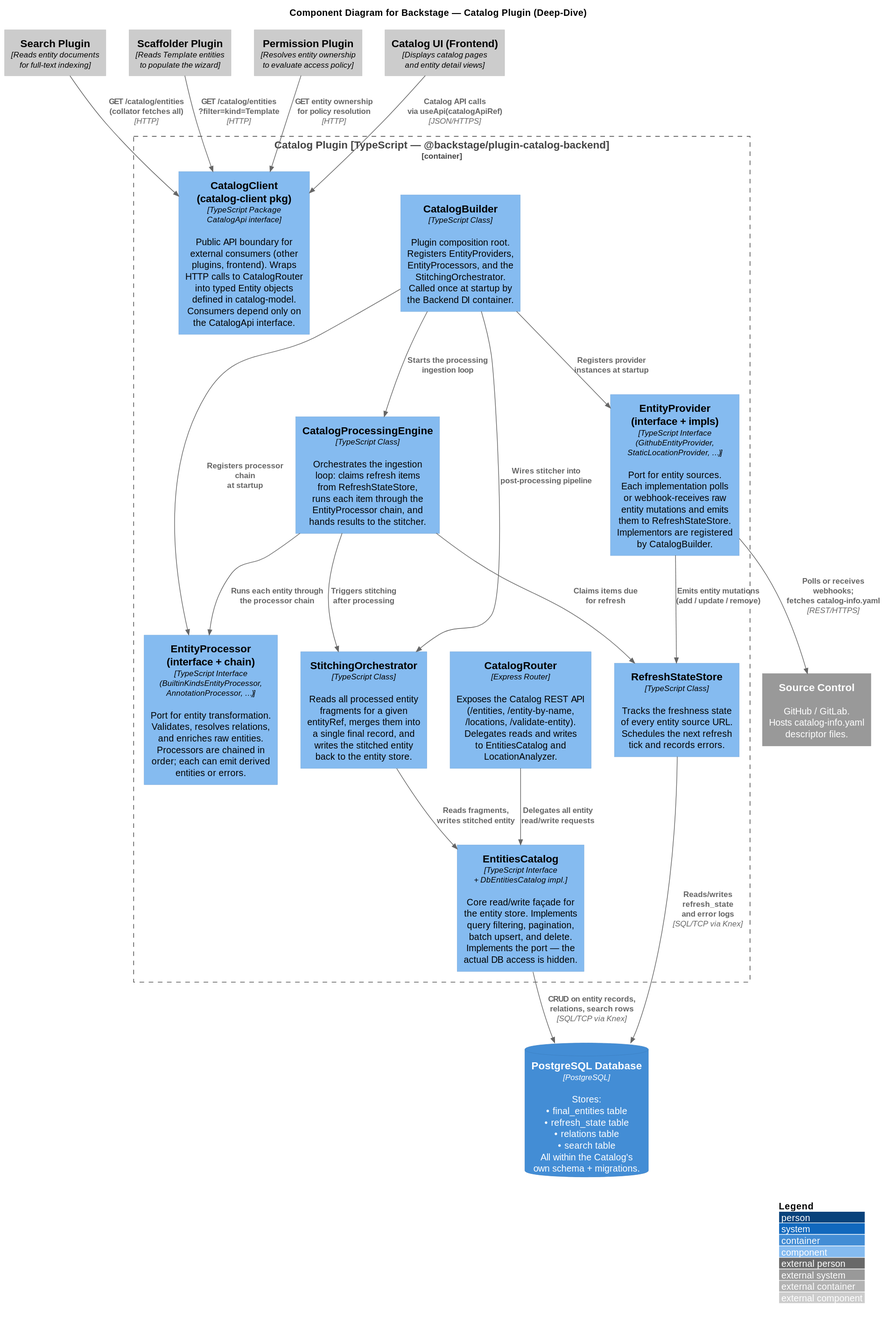
Earlier version of the PlantUML export out/notes/architecture/diagrams/component-diagram-catalog-plugin/component-diagram-catalog-plugin.svg (Group06-SwDA/Project).
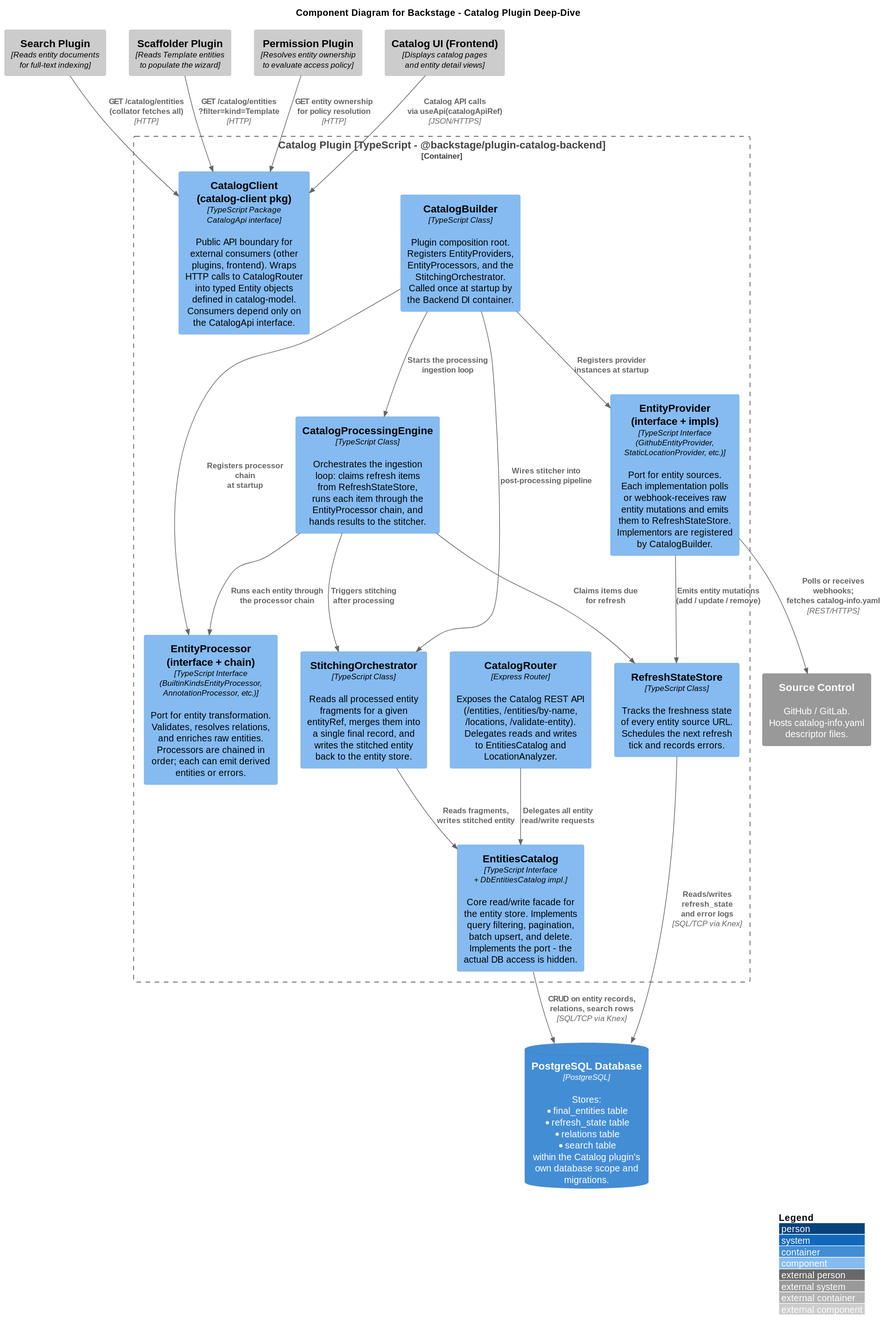
The same file after the commit.

Diff of the diagram source:
```diff
@@ -1,32 +1,32 @@
 @startuml
-!include https://raw.githubusercontent.com/plantuml-stdlib/C4-PlantUML/master/C4_Component.puml
+!include <c4/C4_Component.puml>
 
 LAYOUT_WITH_LEGEND()
 
-title Component Diagram for Backstage — Catalog Plugin (Deep-Dive)
+title Component Diagram for Backstage - Catalog Plugin Deep-Dive
 
-Container_Boundary(catalogPlugin, "Catalog Plugin [TypeScript — @backstage/plugin-catalog-backend]") {
+Container_Boundary(catalogPlugin, "Catalog Plugin [TypeScript - @backstage/plugin-catalog-backend]") {
 
-    Component(catalogRouter, "CatalogRouter", "Express Router", "Exposes the Catalog REST API\n(/entities, /entity-by-name,\n/locations, /validate-entity).\nDelegates reads and writes\nto EntitiesCatalog and\nLocationAnalyzer.")
+    Component(catalogRouter, "CatalogRouter", "Express Router", "Exposes the Catalog REST API\n(/entities, /entities/by-name,\n/locations, /validate-entity).\nDelegates reads and writes\nto EntitiesCatalog and\nLocationAnalyzer.")
 
     Component(catalogBuilder, "CatalogBuilder", "TypeScript Class", "Plugin composition root.\nRegisters EntityProviders,\nEntityProcessors, and the\nStitchingOrchestrator.\nCalled once at startup by\nthe Backend DI container.")
 
-    Component(entitiesCatalog, "EntitiesCatalog", "TypeScript Interface\n+ DbEntitiesCatalog impl.", "Core read/write façade for\nthe entity store. Implements\nquery filtering, pagination,\nbatch upsert, and delete.\nImplements the port — the\nactual DB access is hidden.")
+    Component(entitiesCatalog, "EntitiesCatalog", "TypeScript Interface\n+ DbEntitiesCatalog impl.", "Core read/write facade for\nthe entity store. Implements\nquery filtering, pagination,\nbatch upsert, and delete.\nImplements the port - the\nactual DB access is hidden.")
 
     Component(refreshStateStore, "RefreshStateStore", "TypeScript Class", "Tracks the freshness state\nof every entity source URL.\nSchedules the next refresh\ntick and records errors.")
 
     Component(catalogProcessingEngine, "CatalogProcessingEngine", "TypeScript Class", "Orchestrates the ingestion\nloop: claims refresh items\nfrom RefreshStateStore,\nruns each item through the\nEntityProcessor chain, and\nhands results to the stitcher.")
 
-    Component(entityProvider, "EntityProvider\n(interface + impls)", "TypeScript Interface\n(GithubEntityProvider,\nStaticLocationProvider, …)", "Port for entity sources.\nEach implementation polls\nor webhook-receives raw\nentity mutations and emits\nthem to RefreshStateStore.\nImplementors are registered\nby CatalogBuilder.")
+    Component(entityProvider, "EntityProvider\n(interface + impls)", "TypeScript Interface\n(GithubEntityProvider,\nStaticLocationProvider, etc.)", "Port for entity sources.\nEach implementation polls\nor webhook-receives raw\nentity mutations and emits\nthem to RefreshStateStore.\nImplementors are registered\nby CatalogBuilder.")
 
-    Component(entityProcessor, "EntityProcessor\n(interface + chain)", "TypeScript Interface\n(BuiltinKindsEntityProcessor,\nAnnotationProcessor, …)", "Port for entity transformation.\nValidates, resolves relations,\nand enriches raw entities.\nProcessors are chained in\norder; each can emit derived\nentities or errors.")
+    Component(entityProcessor, "EntityProcessor\n(interface + chain)", "TypeScript Interface\n(BuiltinKindsEntityProcessor,\nAnnotationProcessor, etc.)", "Port for entity transformation.\nValidates, resolves relations,\nand enriches raw entities.\nProcessors are chained in\norder; each can emit derived\nentities or errors.")
 
     Component(stitchingOrchestrator, "StitchingOrchestrator", "TypeScript Class", "Reads all processed entity\nfragments for a given\nentityRef, merges them into\na single final record, and\nwrites the stitched entity\nback to the entity store.")
 
     Component(catalogClient, "CatalogClient\n(catalog-client pkg)", "TypeScript Package\nCatalogApi interface", "Public API boundary for\nexternal consumers (other\nplugins, frontend). Wraps\nHTTP calls to CatalogRouter\ninto typed Entity objects\ndefined in catalog-model.\nConsumers depend only on\nthe CatalogApi interface.")
 }
 
-ContainerDb(postgres, "PostgreSQL Database", "PostgreSQL", "Stores:\n• final_entities table\n• refresh_state table\n• relations table\n• search table\nAll within the Catalog's\nown schema + migrations.")
+ContainerDb(postgres, "PostgreSQL Database", "PostgreSQL", "Stores:\n* final_entities table\n* refresh_state table\n* relations table\n* search table\nwithin the Catalog plugin's\nown database scope and\nmigrations.")
 
 System_Ext(sourceControl, "Source Control", "GitHub / GitLab.\nHosts catalog-info.yaml\ndescriptor files.")
 
```
